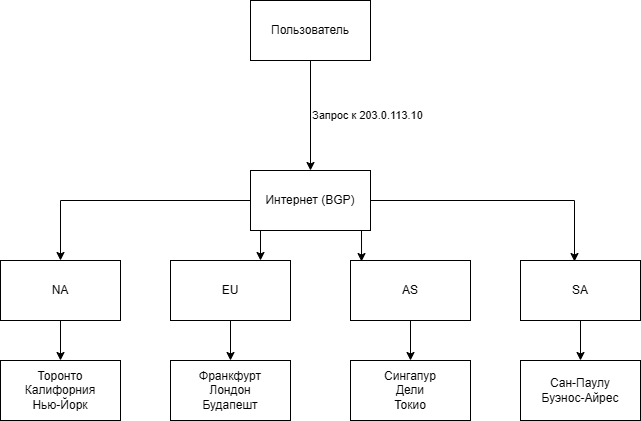
Before: GeoDNS.png, a diagram exported from draw.io (rvprikhodko/highload_hse). Source tidied: cells renumbered, new cells last; positions are measured from the earlier drawing's top-left corner, leaving out a move shared by most shapes. Source of this version:
```xml
<mxGraphModel>
  <root>
    <mxCell id="0" />
    <mxCell id="1" parent="0" />
    <mxCell id="2" value="Запрос к 203.0.113.10" style="edgeStyle=orthogonalEdgeStyle;rounded=0;jettySize=auto;exitX=0.5;exitY=1;exitDx=0;exitDy=0;entryX=0.5;entryY=0;entryDx=0;entryDy=0;labelBackgroundColor=none;labelBorderColor=none;textShadow=0;html=1;align=left;" parent="1" edge="1" source="3" target="6">
      <mxGeometry relative="1" as="geometry" />
    </mxCell>
    <mxCell id="3" value="Пользователь" style="rounded=0;whiteSpace=wrap;html=1;" parent="1" vertex="1">
      <mxGeometry x="250" width="120" height="60" as="geometry" />
    </mxCell>
    <mxCell id="4" style="edgeStyle=orthogonalEdgeStyle;rounded=0;jettySize=auto;html=1;exitX=0;exitY=0.5;exitDx=0;exitDy=0;entryX=0.5;entryY=0;entryDx=0;entryDy=0;" parent="1" edge="1" source="6" target="8">
      <mxGeometry relative="1" as="geometry">
        <Array as="points">
          <mxPoint x="60" y="200" />
        </Array>
      </mxGeometry>
    </mxCell>
    <mxCell id="5" style="edgeStyle=orthogonalEdgeStyle;rounded=0;jettySize=auto;html=1;exitX=0.25;exitY=1;exitDx=0;exitDy=0;entryX=0.75;entryY=0;entryDx=0;entryDy=0;" parent="1" edge="1" source="6" target="10">
      <mxGeometry relative="1" as="geometry" />
    </mxCell>
    <mxCell id="6" value="Интернет (BGP)" style="rounded=0;whiteSpace=wrap;html=1;" parent="1" vertex="1">
      <mxGeometry x="250" y="170" width="120" height="60" as="geometry" />
    </mxCell>
    <mxCell id="7" style="edgeStyle=orthogonalEdgeStyle;rounded=0;jettySize=auto;html=1;exitX=0.5;exitY=1;exitDx=0;exitDy=0;entryX=0.5;entryY=0;entryDx=0;entryDy=0;" parent="1" edge="1" source="8" target="15">
      <mxGeometry relative="1" as="geometry" />
    </mxCell>
    <mxCell id="8" value="NA" style="rounded=0;whiteSpace=wrap;html=1;" parent="1" vertex="1">
      <mxGeometry y="260" width="120" height="60" as="geometry" />
    </mxCell>
    <mxCell id="9" style="edgeStyle=orthogonalEdgeStyle;rounded=0;jettySize=auto;html=1;exitX=0.5;exitY=1;exitDx=0;exitDy=0;entryX=0.5;entryY=0;entryDx=0;entryDy=0;" parent="1" edge="1" source="10" target="16">
      <mxGeometry relative="1" as="geometry" />
    </mxCell>
    <mxCell id="10" value="EU" style="rounded=0;whiteSpace=wrap;html=1;" parent="1" vertex="1">
      <mxGeometry x="170" y="260" width="120" height="60" as="geometry" />
    </mxCell>
    <mxCell id="11" style="edgeStyle=orthogonalEdgeStyle;rounded=0;jettySize=auto;html=1;exitX=0.5;exitY=1;exitDx=0;exitDy=0;" parent="1" edge="1" source="12" target="17">
      <mxGeometry relative="1" as="geometry" />
    </mxCell>
    <mxCell id="12" value="AS" style="rounded=0;whiteSpace=wrap;html=1;" parent="1" vertex="1">
      <mxGeometry x="350" y="260" width="120" height="60" as="geometry" />
    </mxCell>
    <mxCell id="13" style="edgeStyle=orthogonalEdgeStyle;rounded=0;jettySize=auto;html=1;exitX=0.5;exitY=1;exitDx=0;exitDy=0;entryX=0.5;entryY=0;entryDx=0;entryDy=0;" parent="1" edge="1" source="14" target="18">
      <mxGeometry relative="1" as="geometry" />
    </mxCell>
    <mxCell id="14" value="SA" style="rounded=0;whiteSpace=wrap;html=1;" parent="1" vertex="1">
      <mxGeometry x="520" y="260" width="120" height="60" as="geometry" />
    </mxCell>
    <mxCell id="15" value="Торонто Калифорния&lt;div&gt;Нью-Йорк&lt;/div&gt;" style="rounded=0;whiteSpace=wrap;html=1;" parent="1" vertex="1">
      <mxGeometry y="360" width="120" height="60" as="geometry" />
    </mxCell>
    <mxCell id="16" value="Франкфурт&lt;div&gt;Лондон&lt;/div&gt;&lt;div&gt;Будапешт&lt;/div&gt;" style="rounded=0;whiteSpace=wrap;html=1;" parent="1" vertex="1">
      <mxGeometry x="170" y="360" width="120" height="60" as="geometry" />
    </mxCell>
    <mxCell id="17" value="Сингапур&lt;div&gt;Дели&lt;/div&gt;&lt;div&gt;Токио&lt;/div&gt;" style="rounded=0;whiteSpace=wrap;html=1;" parent="1" vertex="1">
      <mxGeometry x="350" y="360" width="120" height="60" as="geometry" />
    </mxCell>
    <mxCell id="18" value="Сан-Паулу&lt;div&gt;Буэнос-Айрес&lt;/div&gt;" style="rounded=0;whiteSpace=wrap;html=1;" parent="1" vertex="1">
      <mxGeometry x="520" y="360" width="120" height="60" as="geometry" />
    </mxCell>
    <mxCell id="19" style="edgeStyle=orthogonalEdgeStyle;rounded=0;jettySize=auto;html=1;exitX=0.75;exitY=1;exitDx=0;exitDy=0;entryX=0.092;entryY=0.017;entryDx=0;entryDy=0;entryPerimeter=0;" parent="1" edge="1" source="6" target="12">
      <mxGeometry relative="1" as="geometry" />
    </mxCell>
    <mxCell id="20" style="edgeStyle=orthogonalEdgeStyle;rounded=0;jettySize=auto;html=1;exitX=1;exitY=0.5;exitDx=0;exitDy=0;entryX=0.45;entryY=0.017;entryDx=0;entryDy=0;entryPerimeter=0;" parent="1" edge="1" source="6" target="14">
      <mxGeometry relative="1" as="geometry" />
    </mxCell>
  </root>
</mxGraphModel>
```
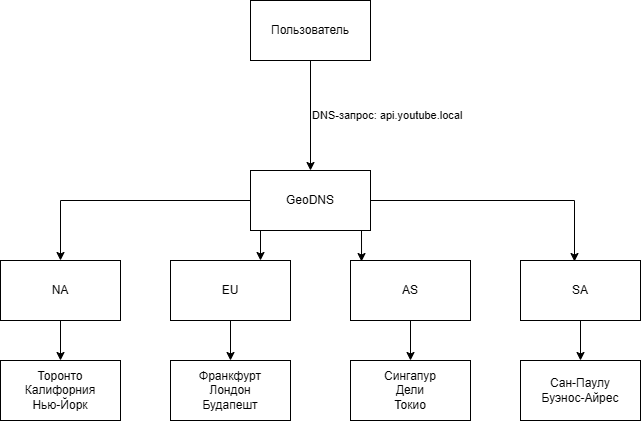
Above is the later version.

The edit, as a diff of the source:
```diff
@@ -2,7 +2,7 @@
   <root>
     <mxCell id="0" />
     <mxCell id="1" parent="0" />
-    <mxCell id="2" value="Запрос к 203.0.113.10" style="edgeStyle=orthogonalEdgeStyle;rounded=0;jettySize=auto;exitX=0.5;exitY=1;exitDx=0;exitDy=0;entryX=0.5;entryY=0;entryDx=0;entryDy=0;labelBackgroundColor=none;labelBorderColor=none;textShadow=0;html=1;align=left;" parent="1" edge="1" source="3" target="6">
+    <mxCell id="2" value="DNS-запрос: api.youtube.local" style="edgeStyle=orthogonalEdgeStyle;rounded=0;jettySize=auto;exitX=0.5;exitY=1;exitDx=0;exitDy=0;entryX=0.5;entryY=0;entryDx=0;entryDy=0;labelBackgroundColor=none;labelBorderColor=none;textShadow=0;html=1;align=left;" parent="1" edge="1" source="3" target="6">
       <mxGeometry relative="1" as="geometry" />
     </mxCell>
     <mxCell id="3" value="Пользователь" style="rounded=0;whiteSpace=wrap;html=1;" parent="1" vertex="1">
@@ -18,7 +18,7 @@
     <mxCell id="5" style="edgeStyle=orthogonalEdgeStyle;rounded=0;jettySize=auto;html=1;exitX=0.25;exitY=1;exitDx=0;exitDy=0;entryX=0.75;entryY=0;entryDx=0;entryDy=0;" parent="1" edge="1" source="6" target="10">
       <mxGeometry relative="1" as="geometry" />
     </mxCell>
-    <mxCell id="6" value="Интернет (BGP)" style="rounded=0;whiteSpace=wrap;html=1;" parent="1" vertex="1">
+    <mxCell id="6" value="GeoDNS" style="rounded=0;whiteSpace=wrap;html=1;" parent="1" vertex="1">
       <mxGeometry x="250" y="170" width="120" height="60" as="geometry" />
     </mxCell>
     <mxCell id="7" style="edgeStyle=orthogonalEdgeStyle;rounded=0;jettySize=auto;html=1;exitX=0.5;exitY=1;exitDx=0;exitDy=0;entryX=0.5;entryY=0;entryDx=0;entryDy=0;" parent="1" edge="1" source="8" target="15">
```
